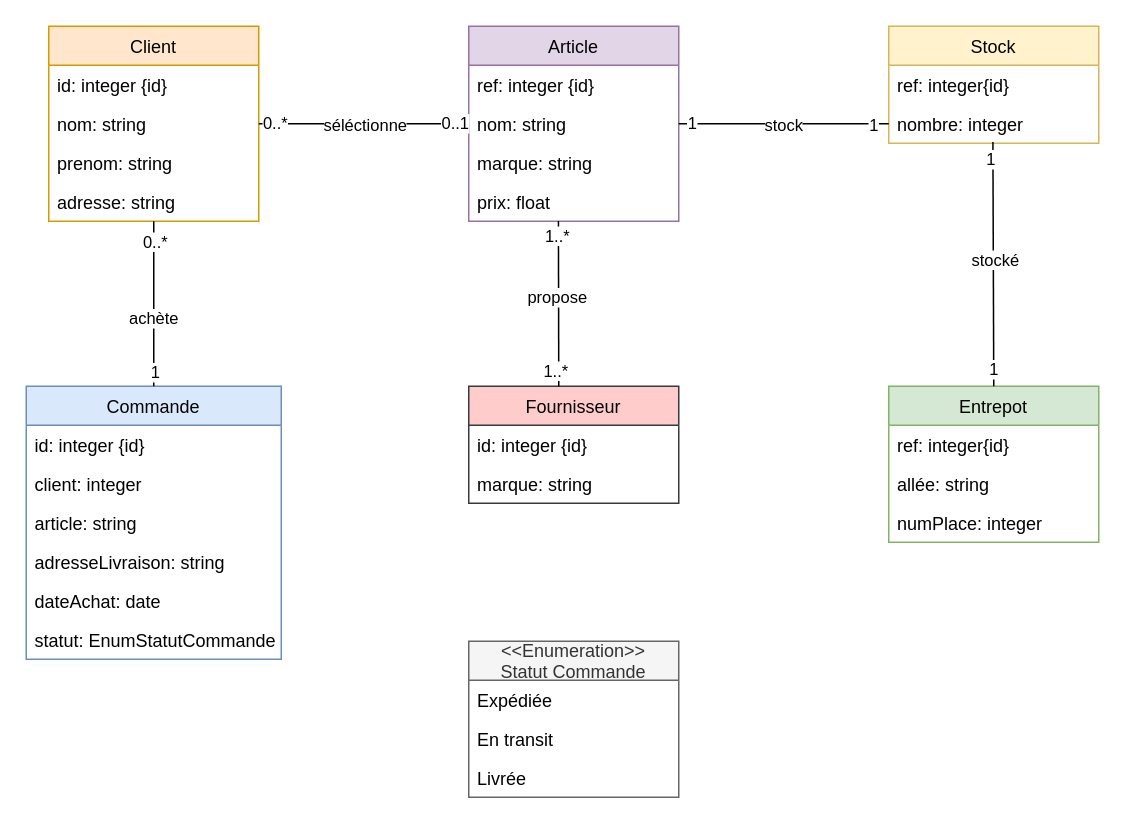
This is Projet.drawio from riad73/INF403, a draw.io file, before an edit. Source tidied: cells renumbered, new cells numbered last; positions are measured from the earlier drawing's top-left corner, leaving out a move shared by most shapes. Both pictures are drawn from the tidied source at 150%, with x=0, y=0 at pixel (26, 26).
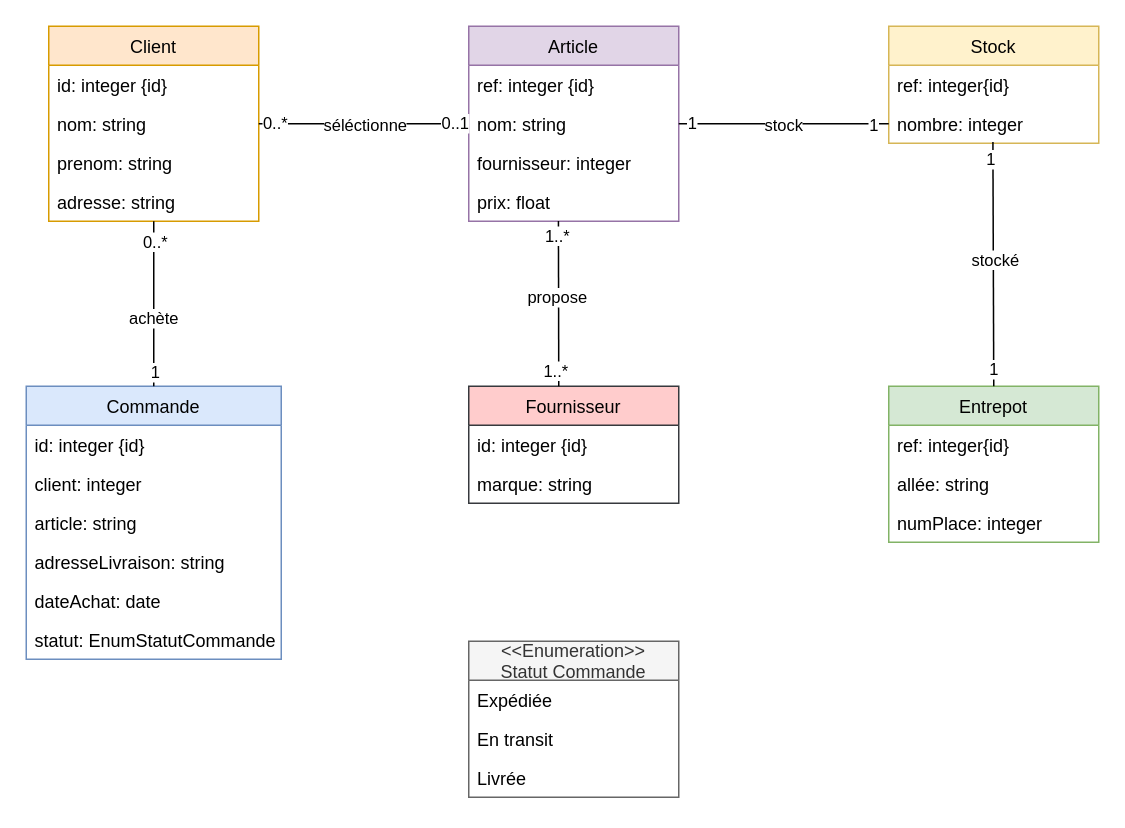
The same diagram, later.

The change refers to these unchanged cells:
```xml
<mxCell id="10" value="Article" style="swimlane;fontStyle=0;horizontal=1;startSize=26;fillColor=#e1d5e7;strokeColor=#9673a6;" parent="1" vertex="1">
  <mxGeometry x="295" width="140" height="130" as="geometry" />
</mxCell>
```

The edit, as a diff of the source:
```diff
@@
-    <mxCell id="13" value="marque: string" style="text;strokeColor=none;fillColor=none;align=left;verticalAlign=top;spacingLeft=4;spacingRight=4;overflow=hidden;" parent="10" vertex="1">
+    <mxCell id="13" value="fournisseur: integer" style="text;strokeColor=none;fillColor=none;align=left;verticalAlign=top;spacingLeft=4;spacingRight=4;overflow=hidden;" parent="10" vertex="1">
       <mxGeometry y="78" width="140" height="26" as="geometry" />
     </mxCell>
```
